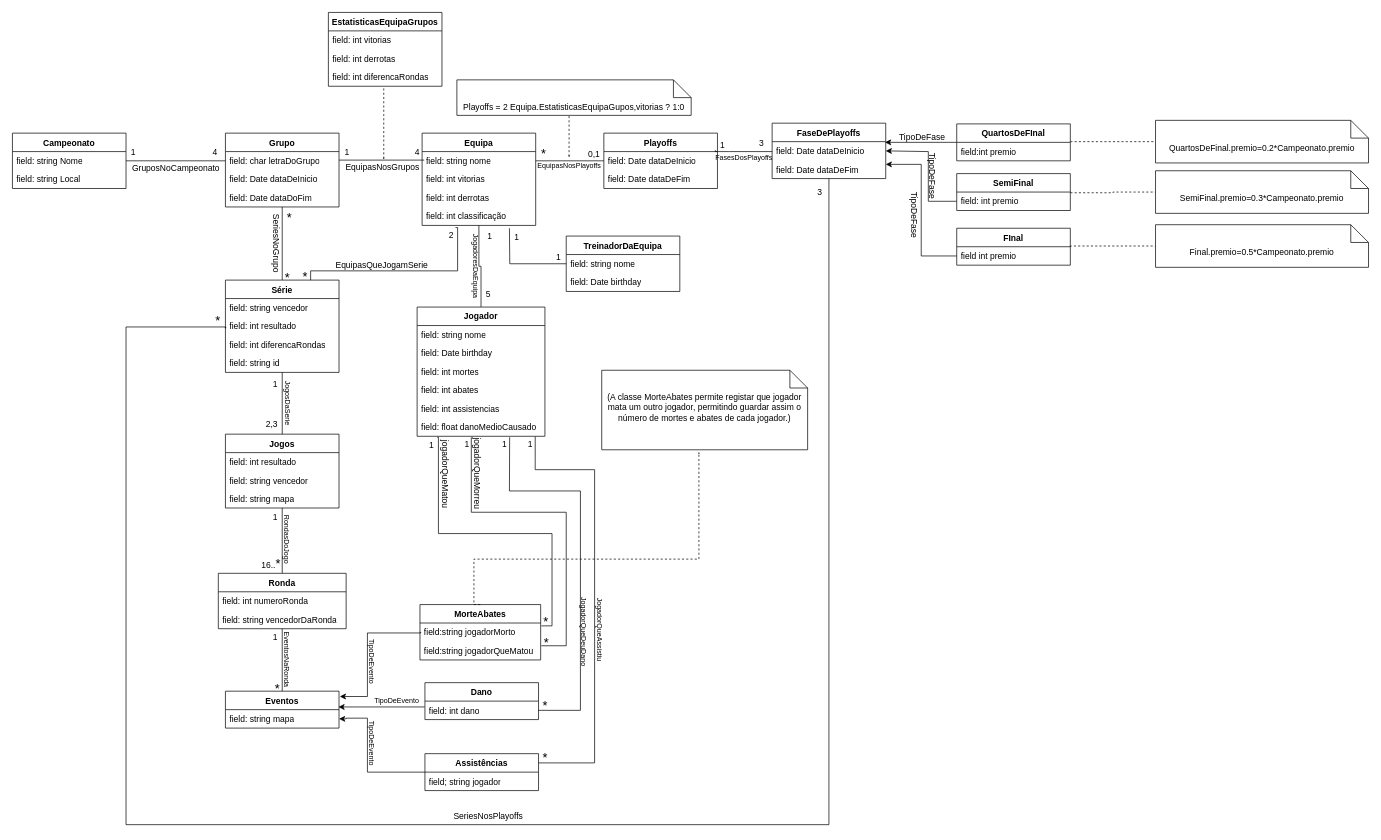
This is CampeonatoCS.drawio from esperaumbocado/Project_BD, a draw.io file, before an edit. Source tidied: cells renumbered, new cells numbered last; positions are measured from the earlier drawing's top-left corner, leaving out a move shared by most shapes. Both pictures are drawn from the tidied source at 71%, with x=0, y=0 at pixel (12, 12).
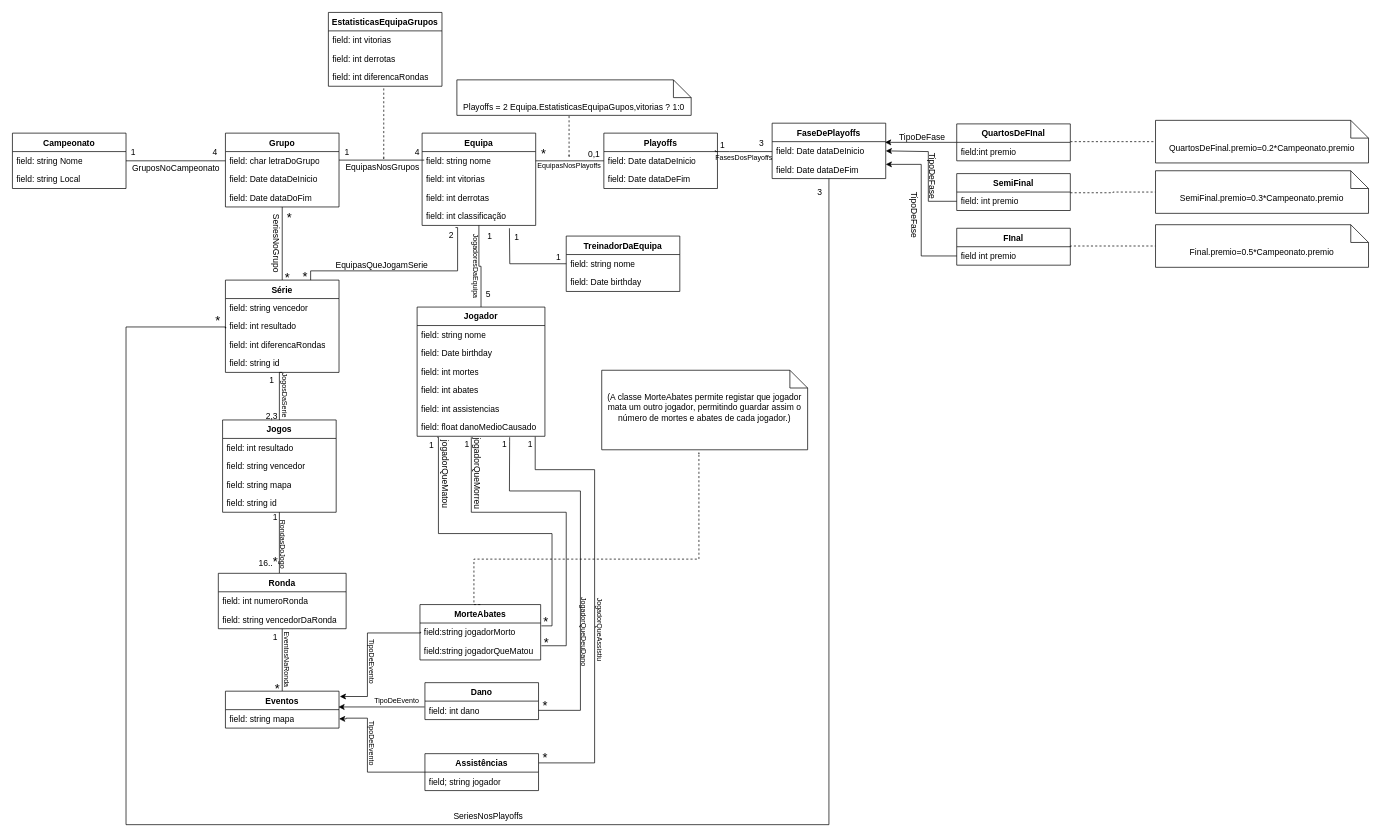
After the change.

The change refers to these unchanged cells:
```xml
<mxCell id="22" value="Série" style="swimlane;fontStyle=1;align=center;verticalAlign=top;horizontal=1;startSize=26;whiteSpace=wrap;html=1;labelBackgroundColor=none;" parent="1" vertex="1">
  <mxGeometry x="300" y="377" width="160" height="130" as="geometry" />
</mxCell>
<mxCell id="61" value="Ronda" style="swimlane;fontStyle=1;align=center;verticalAlign=top;horizontal=1;startSize=26;whiteSpace=wrap;html=1;labelBackgroundColor=none;" parent="1" vertex="1">
  <mxGeometry x="290" y="790" width="180" height="78" as="geometry" />
</mxCell>
```

Change to the diagram source:
```diff
@@
     <mxCell id="30" value="&lt;div&gt;Jogos&lt;/div&gt;&lt;div&gt;&lt;br&gt;&lt;/div&gt;" style="swimlane;fontStyle=1;align=center;verticalAlign=top;horizontal=1;startSize=26;whiteSpace=wrap;html=1;labelBackgroundColor=none;" parent="1" vertex="1">
-      <mxGeometry x="300" y="594" width="160" height="104" as="geometry" />
+      <mxGeometry x="296" y="574" width="160" height="130" as="geometry" />
     </mxCell>
@@
+    <mxCell id="148" value="field: string id" style="text;fillColor=none;align=left;verticalAlign=top;spacingLeft=4;spacingRight=4;overflow=hidden;whiteSpace=wrap;html=1;labelBackgroundColor=none;" parent="30" vertex="1">
+      <mxGeometry y="104" width="160" height="26" as="geometry" />
+    </mxCell>
     <mxCell id="34" style="edgeStyle=orthogonalEdgeStyle;rounded=0;jettySize=auto;html=1;endSize=0;entryX=0.5;entryY=1;entryDx=0;entryDy=0;endArrow=none;endFill=0;labelBackgroundColor=none;fontColor=default;" parent="1" edge="1" source="30" target="22">
-      <mxGeometry relative="1" as="geometry" />
+      <mxGeometry relative="1" as="geometry">
+        <Array as="points">
+          <mxPoint x="376" y="507" />
+        </Array>
+      </mxGeometry>
     </mxCell>
     <mxCell id="35" value="1" style="text;html=1;align=center;verticalAlign=middle;strokeColor=none;fillColor=none;labelBackgroundColor=none;" parent="1" vertex="1">
-      <mxGeometry x="355" y="509" width="30" height="30" as="geometry" />
+      <mxGeometry x="350" y="504" width="30" height="30" as="geometry" />
     </mxCell>
     <mxCell id="36" value="2,3" style="text;html=1;align=center;verticalAlign=middle;strokeColor=none;fillColor=none;labelBackgroundColor=none;" parent="1" vertex="1">
-      <mxGeometry x="345" y="566" width="40" height="30" as="geometry" />
+      <mxGeometry x="345" y="554" width="40" height="30" as="geometry" />
     </mxCell>
@@
     <mxCell id="60" style="edgeStyle=orthogonalEdgeStyle;rounded=0;jettySize=auto;html=1;entryX=0.5;entryY=1;entryDx=0;entryDy=0;endSize=0;endArrow=none;endFill=0;labelBackgroundColor=none;fontColor=default;" parent="1" edge="1" source="61" target="30">
-      <mxGeometry relative="1" as="geometry" />
+      <mxGeometry relative="1" as="geometry">
+        <Array as="points">
+          <mxPoint x="376" y="774" />
+          <mxPoint x="376" y="774" />
+        </Array>
+      </mxGeometry>
     </mxCell>
@@
     <mxCell id="92" value="16..&lt;font style=&quot;font-size: 18px;&quot;&gt;*&lt;/font&gt;" style="text;html=1;align=center;verticalAlign=middle;strokeColor=none;fillColor=none;labelBackgroundColor=none;" parent="1" vertex="1">
-      <mxGeometry x="339" y="757" width="50" height="40" as="geometry" />
+      <mxGeometry x="335" y="754" width="50" height="40" as="geometry" />
     </mxCell>
@@
     <mxCell id="134" value="&lt;div style=&quot;font-size: 10px;&quot;&gt;&lt;font style=&quot;font-size: 10px;&quot;&gt;RondasDoJogo&lt;/font&gt;&lt;/div&gt;" style="text;html=1;align=center;verticalAlign=middle;strokeColor=none;fillColor=none;rotation=90;labelBackgroundColor=none;" parent="1" vertex="1">
-      <mxGeometry x="342" y="727" width="90" height="30" as="geometry" />
+      <mxGeometry x="337" y="734" width="90" height="30" as="geometry" />
     </mxCell>
     <mxCell id="135" value="&lt;div style=&quot;font-size: 10px;&quot;&gt;&lt;font style=&quot;font-size: 10px;&quot;&gt;JogosDaSerie&lt;/font&gt;&lt;/div&gt;" style="text;html=1;align=center;verticalAlign=middle;strokeColor=none;fillColor=none;rotation=90;labelBackgroundColor=none;" parent="1" vertex="1">
-      <mxGeometry x="343" y="535" width="90" height="30" as="geometry" />
+      <mxGeometry x="339" y="524" width="90" height="30" as="geometry" />
     </mxCell>
```
